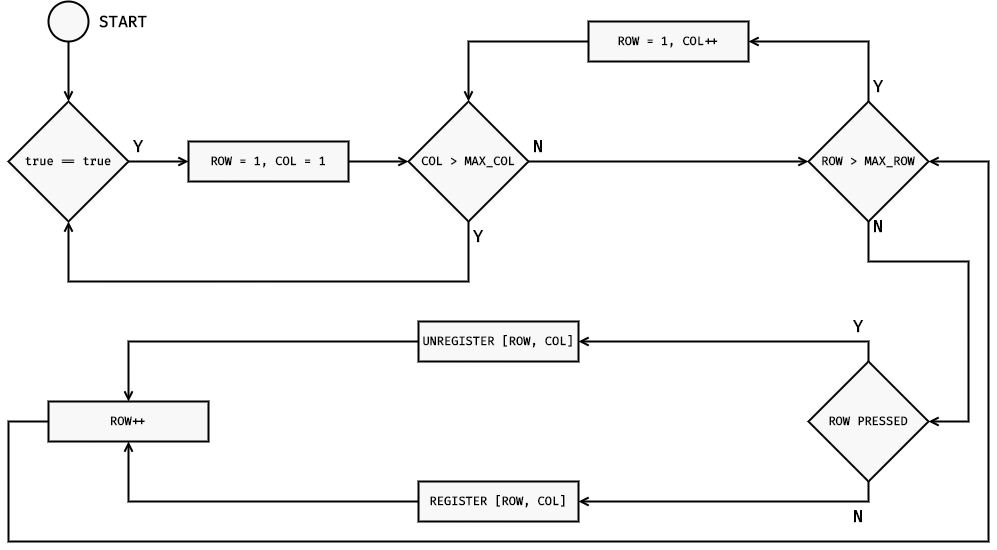
Above: Images/Diagrams/Keyboard Scanning.png in tschiboka/RiffMaster (draw.io), before the change. Source tidied: cells renumbered, new cells last; positions are measured from the earlier drawing's top-left corner, leaving out a move shared by most shapes.
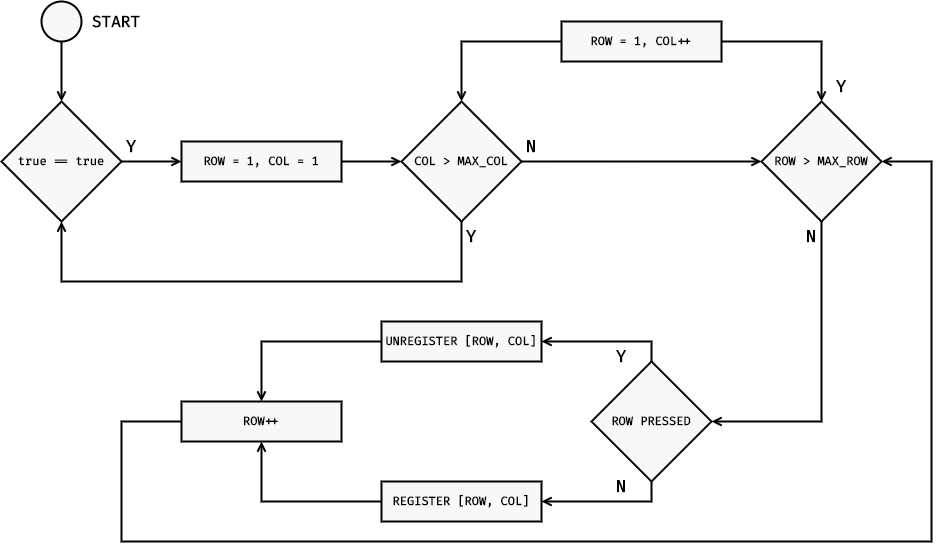
After the commit.

What changed in the source:
```diff
@@ -34,77 +34,68 @@
     <mxCell id="10" value="&lt;font style=&quot;font-size: 17px;&quot;&gt;Y&lt;/font&gt;" style="rounded=0;whiteSpace=wrap;html=1;fillColor=none;fontSize=17;fontFamily=Fira Code;fontSource=https%3A%2F%2Ffonts.googleapis.com%2Fcss%3Ffamily%3DFira%2BCode;fontStyle=1;strokeWidth=2;strokeColor=none;" parent="1" vertex="1">
       <mxGeometry x="120" y="130" width="20" height="30" as="geometry" />
     </mxCell>
-    <mxCell id="11" style="edgeStyle=orthogonalEdgeStyle;rounded=0;jettySize=auto;html=1;entryX=1;entryY=0.5;entryDx=0;entryDy=0;fontFamily=Fira Code;fontSource=https%3A%2F%2Ffonts.googleapis.com%2Fcss%3Ffamily%3DFira%2BCode;fontSize=16;endArrow=open;endFill=0;strokeWidth=2;" parent="1" edge="1" source="13" target="30">
-      <mxGeometry relative="1" as="geometry">
-        <Array as="points">
-          <mxPoint x="860" y="40" />
-        </Array>
-      </mxGeometry>
-    </mxCell>
-    <mxCell id="12" style="edgeStyle=orthogonalEdgeStyle;rounded=0;orthogonalLoop=1;jettySize=auto;html=1;entryX=1;entryY=0.5;entryDx=0;entryDy=0;fontFamily=Fira Code;fontSource=https%3A%2F%2Ffonts.googleapis.com%2Fcss%3Ffamily%3DFira%2BCode;fontSize=16;endArrow=open;endFill=0;strokeWidth=2;" parent="1" edge="1">
+    <mxCell id="12" style="edgeStyle=orthogonalEdgeStyle;rounded=0;jettySize=auto;html=1;fontFamily=Fira Code;fontSource=https%3A%2F%2Ffonts.googleapis.com%2Fcss%3Ffamily%3DFira%2BCode;fontSize=16;endArrow=open;endFill=0;strokeWidth=2;entryX=1;entryY=0.5;entryDx=0;entryDy=0;" parent="1" edge="1" target="16">
       <mxGeometry relative="1" as="geometry">
-        <mxPoint x="860" y="220" as="sourcePoint" />
-        <mxPoint x="920" y="420" as="targetPoint" />
+        <mxPoint x="820" y="220" as="sourcePoint" />
         <Array as="points">
-          <mxPoint x="860" y="260" />
-          <mxPoint x="960" y="260" />
-          <mxPoint x="960" y="420" />
+          <mxPoint x="820" y="420" />
         </Array>
       </mxGeometry>
     </mxCell>
     <mxCell id="13" value="&lt;font face=&quot;Fira Code&quot;&gt;&lt;b&gt;ROW &amp;gt; MAX_ROW&lt;/b&gt;&lt;/font&gt;" style="rhombus;whiteSpace=wrap;html=1;strokeWidth=2;fillColor=#F8F8F8;" parent="1" vertex="1">
-      <mxGeometry x="800" y="100" width="120" height="120" as="geometry" />
+      <mxGeometry x="760" y="100" width="120" height="120" as="geometry" />
     </mxCell>
     <mxCell id="14" style="edgeStyle=orthogonalEdgeStyle;rounded=0;jettySize=auto;html=1;entryX=1;entryY=0.5;entryDx=0;entryDy=0;fontFamily=Fira Code;fontSource=https%3A%2F%2Ffonts.googleapis.com%2Fcss%3Ffamily%3DFira%2BCode;fontSize=16;endArrow=open;endFill=0;strokeWidth=2;exitX=0.5;exitY=0;exitDx=0;exitDy=0;" parent="1" edge="1" source="16" target="20">
       <mxGeometry relative="1" as="geometry">
         <Array as="points">
-          <mxPoint x="860" y="340" />
+          <mxPoint x="650" y="340" />
         </Array>
       </mxGeometry>
     </mxCell>
-    <mxCell id="15" style="edgeStyle=orthogonalEdgeStyle;rounded=0;jettySize=auto;html=1;entryX=1;entryY=0.5;entryDx=0;entryDy=0;fontFamily=Fira Code;fontSource=https%3A%2F%2Ffonts.googleapis.com%2Fcss%3Ffamily%3DFira%2BCode;fontSize=16;endArrow=open;endFill=0;strokeWidth=2;exitX=0.5;exitY=1;exitDx=0;exitDy=0;" parent="1" edge="1" source="16" target="18">
+    <mxCell id="15" style="edgeStyle=orthogonalEdgeStyle;rounded=0;jettySize=auto;html=1;fontFamily=Fira Code;fontSource=https%3A%2F%2Ffonts.googleapis.com%2Fcss%3Ffamily%3DFira%2BCode;fontSize=16;endArrow=open;endFill=0;strokeWidth=2;exitX=0.5;exitY=1;exitDx=0;exitDy=0;entryX=1;entryY=0.5;entryDx=0;entryDy=0;" parent="1" edge="1" source="16" target="18">
       <mxGeometry relative="1" as="geometry">
         <Array as="points">
-          <mxPoint x="860" y="500" />
+          <mxPoint x="650" y="500" />
         </Array>
       </mxGeometry>
     </mxCell>
     <mxCell id="16" value="&lt;font face=&quot;Fira Code&quot;&gt;&lt;b&gt;ROW PRESSED&lt;/b&gt;&lt;/font&gt;" style="rhombus;whiteSpace=wrap;html=1;strokeWidth=2;fillColor=#F8F8F8;" parent="1" vertex="1">
-      <mxGeometry x="800" y="360" width="120" height="120" as="geometry" />
+      <mxGeometry x="590" y="360" width="120" height="120" as="geometry" />
     </mxCell>
     <mxCell id="17" style="edgeStyle=orthogonalEdgeStyle;rounded=0;jettySize=auto;html=1;entryX=0.5;entryY=1;entryDx=0;entryDy=0;fontFamily=Fira Code;fontSource=https%3A%2F%2Ffonts.googleapis.com%2Fcss%3Ffamily%3DFira%2BCode;fontSize=16;endArrow=open;endFill=0;strokeWidth=2;" parent="1" edge="1" source="18" target="22">
       <mxGeometry relative="1" as="geometry" />
     </mxCell>
     <mxCell id="18" value="&lt;font face=&quot;Fira Code&quot;&gt;&lt;b&gt;REGISTER [ROW, COL]&lt;/b&gt;&lt;/font&gt;" style="rounded=0;whiteSpace=wrap;html=1;strokeWidth=2;fillColor=#F8F8F8;" parent="1" vertex="1">
-      <mxGeometry x="410" y="480" width="160" height="40" as="geometry" />
+      <mxGeometry x="380" y="480" width="160" height="40" as="geometry" />
     </mxCell>
     <mxCell id="19" style="edgeStyle=orthogonalEdgeStyle;rounded=0;jettySize=auto;html=1;entryX=0.5;entryY=0;entryDx=0;entryDy=0;fontFamily=Fira Code;fontSource=https%3A%2F%2Ffonts.googleapis.com%2Fcss%3Ffamily%3DFira%2BCode;fontSize=16;endArrow=open;endFill=0;strokeWidth=2;" parent="1" edge="1" source="20" target="22">
       <mxGeometry relative="1" as="geometry" />
     </mxCell>
     <mxCell id="20" value="&lt;font face=&quot;Fira Code&quot;&gt;&lt;b&gt;UNREGISTER [ROW, COL]&lt;/b&gt;&lt;/font&gt;" style="rounded=0;whiteSpace=wrap;html=1;strokeWidth=2;fillColor=#F8F8F8;" parent="1" vertex="1">
-      <mxGeometry x="410" y="320" width="160" height="40" as="geometry" />
+      <mxGeometry x="380" y="320" width="160" height="40" as="geometry" />
     </mxCell>
-    <mxCell id="21" style="edgeStyle=orthogonalEdgeStyle;rounded=0;jettySize=auto;html=1;entryX=1;entryY=0.5;entryDx=0;entryDy=0;fontFamily=Fira Code;fontSource=https%3A%2F%2Ffonts.googleapis.com%2Fcss%3Ffamily%3DFira%2BCode;fontSize=16;endArrow=open;endFill=0;strokeWidth=2;" parent="1" edge="1" source="22" target="13">
+    <mxCell id="21" style="edgeStyle=orthogonalEdgeStyle;rounded=0;jettySize=auto;html=1;fontFamily=Fira Code;fontSource=https%3A%2F%2Ffonts.googleapis.com%2Fcss%3Ffamily%3DFira%2BCode;fontSize=16;endArrow=open;endFill=0;strokeWidth=2;entryX=1;entryY=0.5;entryDx=0;entryDy=0;" parent="1" edge="1" target="13">
       <mxGeometry relative="1" as="geometry">
+        <mxPoint x="300" y="420" as="sourcePoint" />
         <Array as="points">
-          <mxPoint y="420" />
-          <mxPoint y="540" />
-          <mxPoint x="980" y="540" />
-          <mxPoint x="980" y="160" />
+          <mxPoint x="120" y="420" />
+          <mxPoint x="120" y="540" />
+          <mxPoint x="930" y="540" />
+          <mxPoint x="930" y="160" />
         </Array>
       </mxGeometry>
     </mxCell>
     <mxCell id="22" value="&lt;font face=&quot;Fira Code&quot;&gt;&lt;b&gt;ROW++&lt;/b&gt;&lt;/font&gt;" style="rounded=0;whiteSpace=wrap;html=1;strokeWidth=2;fillColor=#F8F8F8;" parent="1" vertex="1">
-      <mxGeometry x="40" y="400" width="160" height="40" as="geometry" />
+      <mxGeometry x="180" y="400" width="160" height="40" as="geometry" />
     </mxCell>
     <mxCell id="23" value="&lt;font style=&quot;font-size: 17px;&quot;&gt;Y&lt;/font&gt;" style="rounded=0;whiteSpace=wrap;html=1;fillColor=none;fontSize=17;fontFamily=Fira Code;fontSource=https%3A%2F%2Ffonts.googleapis.com%2Fcss%3Ffamily%3DFira%2BCode;fontStyle=1;strokeWidth=2;strokeColor=none;" parent="1" vertex="1">
-      <mxGeometry x="860" y="70" width="20" height="30" as="geometry" />
+      <mxGeometry x="830" y="70" width="20" height="30" as="geometry" />
     </mxCell>
     <mxCell id="24" value="&lt;font style=&quot;font-size: 17px;&quot;&gt;N&lt;/font&gt;" style="rounded=0;whiteSpace=wrap;html=1;fillColor=none;fontSize=17;fontFamily=Fira Code;fontSource=https%3A%2F%2Ffonts.googleapis.com%2Fcss%3Ffamily%3DFira%2BCode;fontStyle=1;strokeWidth=2;strokeColor=none;" parent="1" vertex="1">
-      <mxGeometry x="840" y="500" width="20" height="30" as="geometry" />
+      <mxGeometry x="610" y="470" width="20" height="30" as="geometry" />
     </mxCell>
     <mxCell id="25" value="&lt;font style=&quot;font-size: 17px;&quot;&gt;Y&lt;/font&gt;" style="rounded=0;whiteSpace=wrap;html=1;fillColor=none;fontSize=17;fontFamily=Fira Code;fontSource=https%3A%2F%2Ffonts.googleapis.com%2Fcss%3Ffamily%3DFira%2BCode;fontStyle=1;strokeWidth=2;strokeColor=none;" parent="1" vertex="1">
-      <mxGeometry x="840" y="310" width="20" height="30" as="geometry" />
+      <mxGeometry x="610" y="340" width="20" height="30" as="geometry" />
     </mxCell>
     <mxCell id="26" style="edgeStyle=orthogonalEdgeStyle;rounded=0;jettySize=auto;html=1;entryX=0.5;entryY=0;entryDx=0;entryDy=0;fontFamily=Fira Code;fontSource=https%3A%2F%2Ffonts.googleapis.com%2Fcss%3Ffamily%3DFira%2BCode;fontSize=17;endArrow=open;endFill=0;strokeWidth=2;" parent="1" edge="1" source="27" target="5">
       <mxGeometry relative="1" as="geometry" />
@@ -118,14 +109,17 @@
     <mxCell id="29" style="edgeStyle=orthogonalEdgeStyle;rounded=0;jettySize=auto;html=1;entryX=0.5;entryY=0;entryDx=0;entryDy=0;fontFamily=Fira Code;fontSource=https%3A%2F%2Ffonts.googleapis.com%2Fcss%3Ffamily%3DFira%2BCode;fontSize=16;endArrow=open;endFill=0;strokeWidth=2;" parent="1" edge="1" source="30" target="8">
       <mxGeometry relative="1" as="geometry" />
     </mxCell>
+    <mxCell id="33" style="edgeStyle=orthogonalEdgeStyle;rounded=0;jettySize=auto;html=1;entryX=0.5;entryY=0;entryDx=0;entryDy=0;strokeWidth=2;endArrow=open;endFill=0;" parent="1" edge="1" source="30" target="13">
+      <mxGeometry relative="1" as="geometry" />
+    </mxCell>
     <mxCell id="30" value="&lt;font face=&quot;Fira Code&quot;&gt;&lt;b&gt;ROW = 1, COL++&lt;/b&gt;&lt;/font&gt;" style="rounded=0;whiteSpace=wrap;html=1;strokeWidth=2;fillColor=#F8F8F8;" parent="1" vertex="1">
-      <mxGeometry x="580" y="20" width="160" height="40" as="geometry" />
+      <mxGeometry x="560" y="20" width="160" height="40" as="geometry" />
     </mxCell>
     <mxCell id="31" value="&lt;font style=&quot;font-size: 17px;&quot;&gt;N&lt;/font&gt;" style="rounded=0;whiteSpace=wrap;html=1;fillColor=none;fontSize=17;fontFamily=Fira Code;fontSource=https%3A%2F%2Ffonts.googleapis.com%2Fcss%3Ffamily%3DFira%2BCode;fontStyle=1;strokeWidth=2;strokeColor=none;" parent="1" vertex="1">
       <mxGeometry x="520" y="130" width="20" height="30" as="geometry" />
     </mxCell>
     <mxCell id="32" value="&lt;font style=&quot;font-size: 17px;&quot;&gt;N&lt;/font&gt;" style="rounded=0;whiteSpace=wrap;html=1;fillColor=none;fontSize=17;fontFamily=Fira Code;fontSource=https%3A%2F%2Ffonts.googleapis.com%2Fcss%3Ffamily%3DFira%2BCode;fontStyle=1;strokeWidth=2;strokeColor=none;" parent="1" vertex="1">
-      <mxGeometry x="860" y="210" width="20" height="30" as="geometry" />
+      <mxGeometry x="800" y="220" width="20" height="30" as="geometry" />
     </mxCell>
   </root>
 </mxGraphModel>
```
